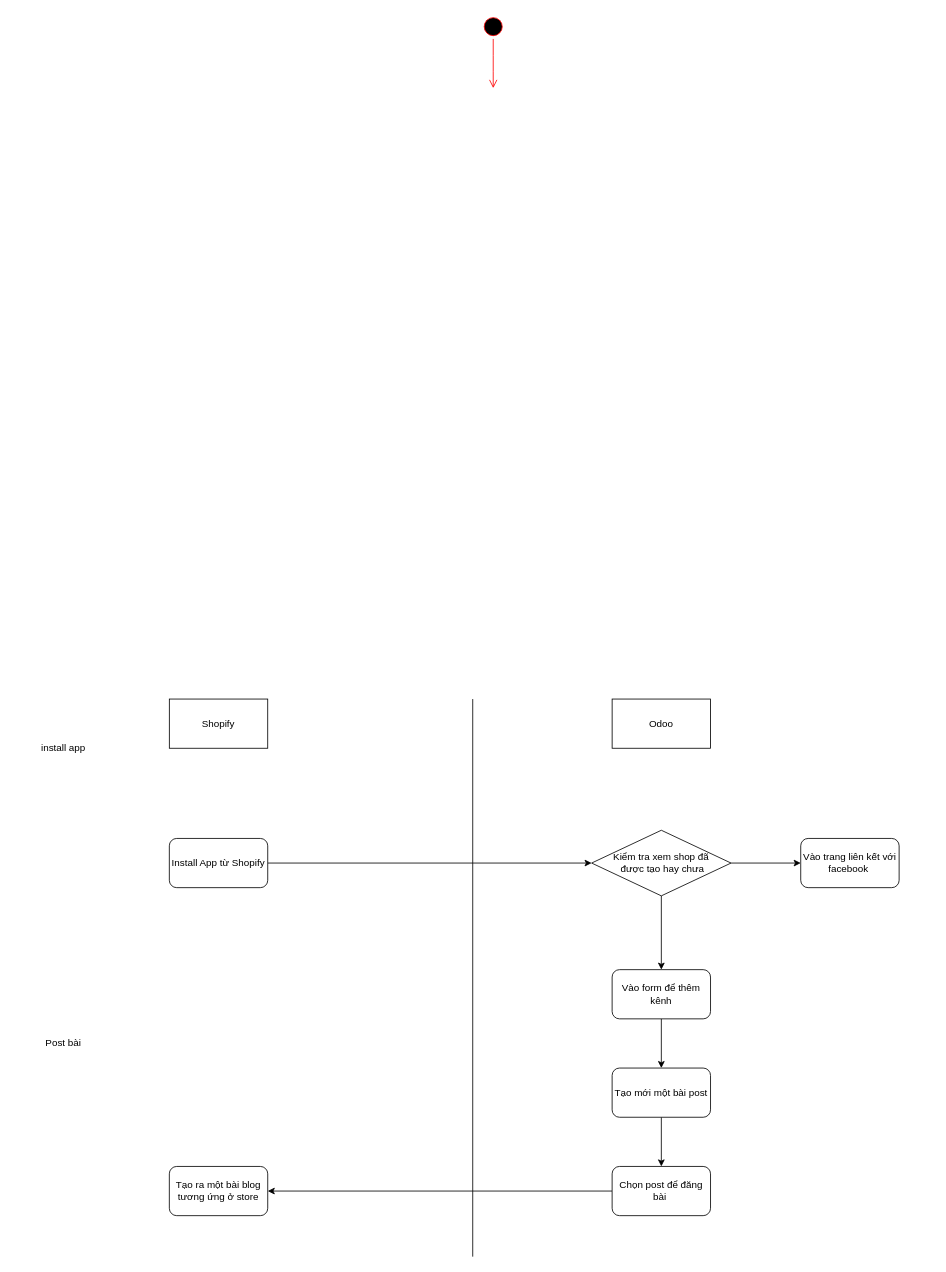
Earlier version of the draw.io diagram Untitled Diagram.drawio (gosu28/shopify_app). Source tidied: cells renumbered, new cells numbered last; positions are measured from the earlier drawing's top-left corner, leaving out a move shared by most shapes. Both pictures are drawn from the tidied source at 82%, with x=0, y=0 at pixel (14, 14).
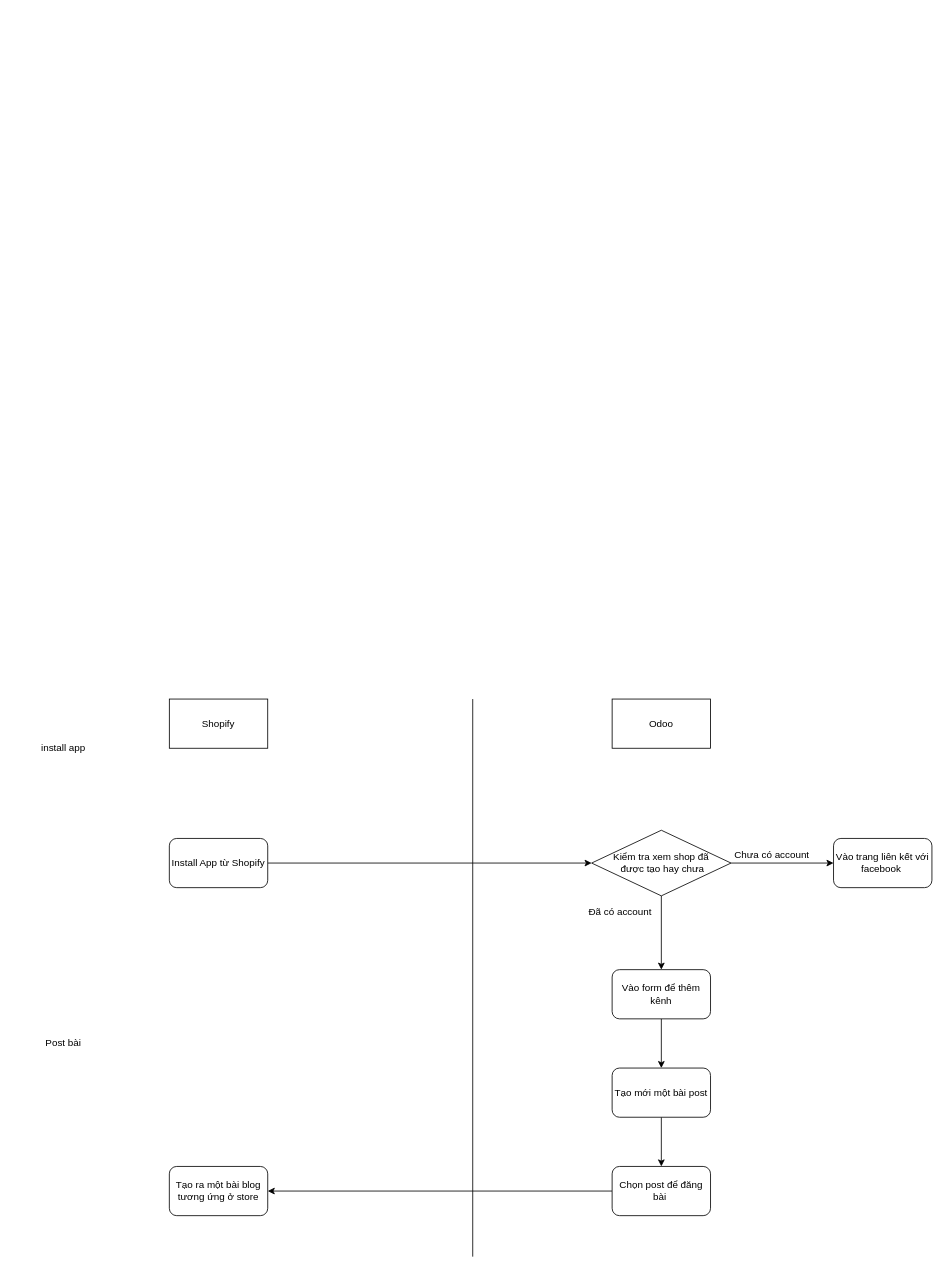
The same page after the edit.

Change to the diagram source:
```diff
@@
-    <mxCell id="2" style="ellipse;html=1;shape=startState;fillColor=#000000;strokeColor=#ff0000;" parent="1" vertex="1">
-      <mxGeometry x="569" width="30" height="30" as="geometry" />
-    </mxCell>
-    <mxCell id="3" style="edgeStyle=orthogonalEdgeStyle;html=1;verticalAlign=bottom;endArrow=open;endSize=8;strokeColor=#ff0000;" parent="1" edge="1" source="2">
-      <mxGeometry relative="1" as="geometry">
-        <mxPoint x="584" y="90" as="targetPoint" />
-      </mxGeometry>
-    </mxCell>
@@
     <mxCell id="18" value="Vào trang liên kết với facebook&amp;nbsp;" style="rounded=1;whiteSpace=wrap;html=1;" parent="1" vertex="1">
-      <mxGeometry x="959" y="1005" width="120" height="60" as="geometry" />
+      <mxGeometry x="999" y="1005" width="120" height="60" as="geometry" />
     </mxCell>
@@
+    <mxCell id="22" value="Chưa có account" style="text;html=1;strokeColor=none;fillColor=none;align=center;verticalAlign=middle;whiteSpace=wrap;rounded=0;" parent="1" vertex="1">
+      <mxGeometry x="869" y="1015" width="110" height="20" as="geometry" />
+    </mxCell>
+    <mxCell id="23" value="Đã có account" style="text;html=1;strokeColor=none;fillColor=none;align=center;verticalAlign=middle;whiteSpace=wrap;rounded=0;" parent="1" vertex="1">
+      <mxGeometry x="689" y="1085" width="100" height="20" as="geometry" />
+    </mxCell>
```
